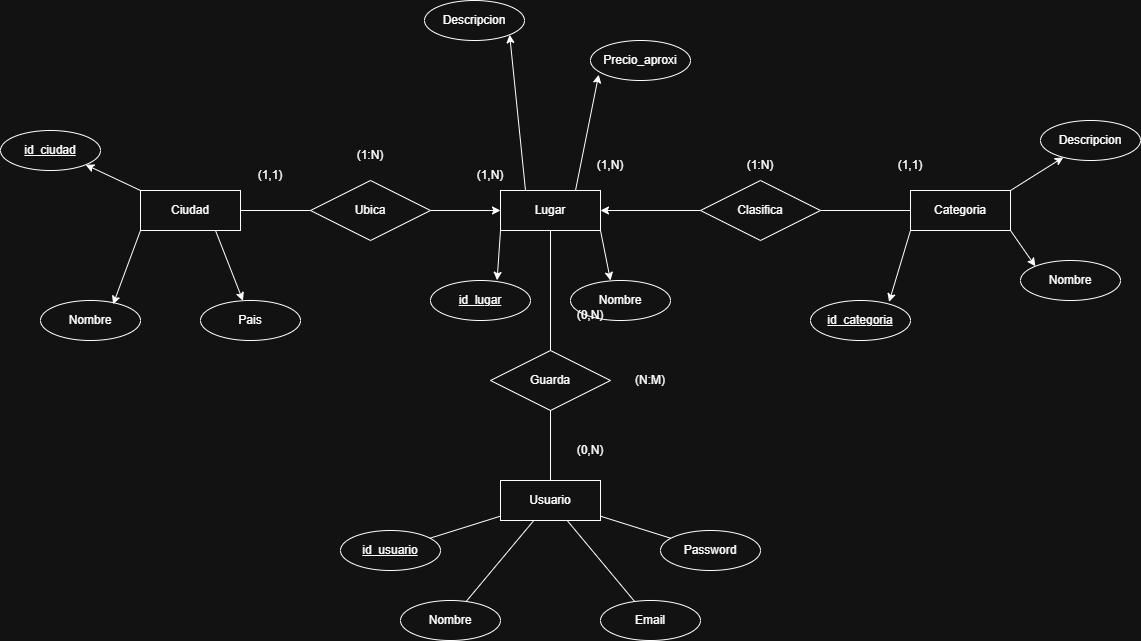
danilogar019-dotcom/erasmate-backend keeps this draw.io diagram as docs/er.png. Above is the earlier version. Source tidied: cells renumbered, new cells last; positions are measured from the earlier drawing's top-left corner, leaving out a move shared by most shapes. Its diagram source:
```xml
<mxGraphModel>
  <root>
    <mxCell id="0" />
    <mxCell id="1" parent="0" />
    <mxCell id="2" style="rounded=0;jettySize=auto;html=1;exitX=0.25;exitY=0;exitDx=0;exitDy=0;entryX=1;entryY=1;entryDx=0;entryDy=0;shape=wire;" parent="1" edge="1" source="3" target="31">
      <mxGeometry relative="1" as="geometry" />
    </mxCell>
    <mxCell id="3" value="Lugar" style="whiteSpace=wrap;html=1;align=center;" parent="1" vertex="1">
      <mxGeometry x="500" y="190" width="100" height="40" as="geometry" />
    </mxCell>
    <mxCell id="4" style="rounded=0;jettySize=auto;html=1;exitX=0;exitY=0.5;exitDx=0;exitDy=0;entryX=1;entryY=0.5;entryDx=0;entryDy=0;endArrow=none;endFill=0;shape=wire;" parent="1" edge="1" source="7" target="13">
      <mxGeometry relative="1" as="geometry" />
    </mxCell>
    <mxCell id="5" style="rounded=0;jettySize=auto;html=1;exitX=1;exitY=0;exitDx=0;exitDy=0;shape=wire;" parent="1" edge="1" source="7" target="27">
      <mxGeometry relative="1" as="geometry" />
    </mxCell>
    <mxCell id="6" style="rounded=0;jettySize=auto;html=1;exitX=1;exitY=1;exitDx=0;exitDy=0;entryX=0;entryY=0;entryDx=0;entryDy=0;shape=wire;" parent="1" edge="1" source="7" target="24">
      <mxGeometry relative="1" as="geometry" />
    </mxCell>
    <mxCell id="7" value="Categoria" style="whiteSpace=wrap;html=1;align=center;" parent="1" vertex="1">
      <mxGeometry x="910" y="190" width="100" height="40" as="geometry" />
    </mxCell>
    <mxCell id="8" style="rounded=0;jettySize=auto;html=1;exitX=1;exitY=0.5;exitDx=0;exitDy=0;endArrow=none;endFill=0;shape=wire;" parent="1" edge="1" source="11" target="15">
      <mxGeometry relative="1" as="geometry" />
    </mxCell>
    <mxCell id="9" style="rounded=0;jettySize=auto;html=1;exitX=0;exitY=0;exitDx=0;exitDy=0;entryX=1;entryY=1;entryDx=0;entryDy=0;shape=wire;" parent="1" edge="1" source="11" target="25">
      <mxGeometry relative="1" as="geometry" />
    </mxCell>
    <mxCell id="10" style="rounded=0;jettySize=auto;html=1;exitX=0.75;exitY=1;exitDx=0;exitDy=0;shape=wire;" parent="1" edge="1" source="11" target="22">
      <mxGeometry relative="1" as="geometry" />
    </mxCell>
    <mxCell id="11" value="Ciudad" style="whiteSpace=wrap;html=1;align=center;" parent="1" vertex="1">
      <mxGeometry x="140" y="190" width="100" height="40" as="geometry" />
    </mxCell>
    <mxCell id="12" style="rounded=0;jettySize=auto;html=1;exitX=0;exitY=0.5;exitDx=0;exitDy=0;entryX=1;entryY=0.5;entryDx=0;entryDy=0;shape=wire;" parent="1" edge="1" source="13" target="3">
      <mxGeometry relative="1" as="geometry" />
    </mxCell>
    <mxCell id="13" value="Clasifica" style="shape=rhombus;perimeter=rhombusPerimeter;whiteSpace=wrap;html=1;align=center;" parent="1" vertex="1">
      <mxGeometry x="700" y="180" width="120" height="60" as="geometry" />
    </mxCell>
    <mxCell id="14" style="rounded=0;jettySize=auto;html=1;exitX=1;exitY=0.5;exitDx=0;exitDy=0;entryX=0;entryY=0.5;entryDx=0;entryDy=0;shape=wire;" parent="1" edge="1" source="15" target="3">
      <mxGeometry relative="1" as="geometry" />
    </mxCell>
    <mxCell id="15" value="Ubica" style="shape=rhombus;perimeter=rhombusPerimeter;whiteSpace=wrap;html=1;align=center;" parent="1" vertex="1">
      <mxGeometry x="310" y="180" width="120" height="60" as="geometry" />
    </mxCell>
    <mxCell id="16" value="(1,1)" style="text;html=1;whiteSpace=wrap;strokeColor=none;fillColor=none;align=center;verticalAlign=middle;rounded=0;" parent="1" vertex="1">
      <mxGeometry x="240" y="160" width="60" height="30" as="geometry" />
    </mxCell>
    <mxCell id="17" value="(1,N)" style="text;html=1;whiteSpace=wrap;strokeColor=none;fillColor=none;align=center;verticalAlign=middle;rounded=0;" parent="1" vertex="1">
      <mxGeometry x="460" y="160" width="60" height="30" as="geometry" />
    </mxCell>
    <mxCell id="18" value="(1:N)" style="text;html=1;whiteSpace=wrap;strokeColor=none;fillColor=none;align=center;verticalAlign=middle;rounded=0;" parent="1" vertex="1">
      <mxGeometry x="340" y="140" width="60" height="30" as="geometry" />
    </mxCell>
    <mxCell id="19" value="(1,1)" style="text;html=1;whiteSpace=wrap;strokeColor=none;fillColor=none;align=center;verticalAlign=middle;rounded=0;" parent="1" vertex="1">
      <mxGeometry x="880" y="150" width="60" height="30" as="geometry" />
    </mxCell>
    <mxCell id="20" value="(1,N)" style="text;html=1;whiteSpace=wrap;strokeColor=none;fillColor=none;align=center;verticalAlign=middle;rounded=0;" parent="1" vertex="1">
      <mxGeometry x="580" y="150" width="60" height="30" as="geometry" />
    </mxCell>
    <mxCell id="21" value="(1:N)" style="text;html=1;whiteSpace=wrap;strokeColor=none;fillColor=none;align=center;verticalAlign=middle;rounded=0;" parent="1" vertex="1">
      <mxGeometry x="730" y="150" width="60" height="30" as="geometry" />
    </mxCell>
    <mxCell id="22" value="Pais" style="ellipse;whiteSpace=wrap;html=1;align=center;" parent="1" vertex="1">
      <mxGeometry x="200" y="300" width="100" height="40" as="geometry" />
    </mxCell>
    <mxCell id="23" value="Nombre" style="ellipse;whiteSpace=wrap;html=1;align=center;" parent="1" vertex="1">
      <mxGeometry x="40" y="300" width="100" height="40" as="geometry" />
    </mxCell>
    <mxCell id="24" value="Nombre" style="ellipse;whiteSpace=wrap;html=1;align=center;" parent="1" vertex="1">
      <mxGeometry x="1020" y="260" width="100" height="40" as="geometry" />
    </mxCell>
    <mxCell id="25" value="id_ciudad" style="ellipse;whiteSpace=wrap;html=1;align=center;fontStyle=4;" parent="1" vertex="1">
      <mxGeometry y="130" width="100" height="40" as="geometry" />
    </mxCell>
    <mxCell id="26" style="rounded=0;jettySize=auto;html=1;exitX=0;exitY=1;exitDx=0;exitDy=0;entryX=0.726;entryY=0.095;entryDx=0;entryDy=0;entryPerimeter=0;shape=wire;" parent="1" edge="1" source="11" target="23">
      <mxGeometry relative="1" as="geometry" />
    </mxCell>
    <mxCell id="27" value="Descripcion" style="ellipse;whiteSpace=wrap;html=1;align=center;" parent="1" vertex="1">
      <mxGeometry x="1040" y="120" width="100" height="40" as="geometry" />
    </mxCell>
    <mxCell id="28" value="id_categoria" style="ellipse;whiteSpace=wrap;html=1;align=center;fontStyle=4;" parent="1" vertex="1">
      <mxGeometry x="810" y="300" width="100" height="40" as="geometry" />
    </mxCell>
    <mxCell id="29" style="rounded=0;jettySize=auto;html=1;exitX=0;exitY=1;exitDx=0;exitDy=0;entryX=0.786;entryY=0.035;entryDx=0;entryDy=0;entryPerimeter=0;shape=wire;" parent="1" edge="1" source="7" target="28">
      <mxGeometry relative="1" as="geometry" />
    </mxCell>
    <mxCell id="30" value="id_lugar" style="ellipse;whiteSpace=wrap;html=1;align=center;fontStyle=4;" parent="1" vertex="1">
      <mxGeometry x="430" y="280" width="100" height="40" as="geometry" />
    </mxCell>
    <mxCell id="31" value="Descripcion" style="ellipse;whiteSpace=wrap;html=1;align=center;" parent="1" vertex="1">
      <mxGeometry x="424" width="100" height="40" as="geometry" />
    </mxCell>
    <mxCell id="32" value="Nombre" style="ellipse;whiteSpace=wrap;html=1;align=center;" parent="1" vertex="1">
      <mxGeometry x="570" y="280" width="100" height="40" as="geometry" />
    </mxCell>
    <mxCell id="33" value="Precio_aproxi" style="ellipse;whiteSpace=wrap;html=1;align=center;" parent="1" vertex="1">
      <mxGeometry x="590" y="40" width="100" height="40" as="geometry" />
    </mxCell>
    <mxCell id="34" style="rounded=0;jettySize=auto;html=1;exitX=0;exitY=1;exitDx=0;exitDy=0;entryX=0.666;entryY=-0.005;entryDx=0;entryDy=0;entryPerimeter=0;shape=wire;" parent="1" edge="1" source="3" target="30">
      <mxGeometry relative="1" as="geometry" />
    </mxCell>
    <mxCell id="35" style="rounded=0;jettySize=auto;html=1;exitX=1;exitY=1;exitDx=0;exitDy=0;entryX=0.4;entryY=0;entryDx=0;entryDy=0;entryPerimeter=0;shape=wire;" parent="1" edge="1" source="3" target="32">
      <mxGeometry relative="1" as="geometry" />
    </mxCell>
    <mxCell id="36" style="rounded=0;jettySize=auto;html=1;exitX=0.75;exitY=0;exitDx=0;exitDy=0;entryX=0.082;entryY=0.855;entryDx=0;entryDy=0;entryPerimeter=0;shape=wire;" parent="1" edge="1" source="3" target="33">
      <mxGeometry relative="1" as="geometry" />
    </mxCell>
    <mxCell id="37" value="Guarda" style="shape=rhombus;perimeter=rhombusPerimeter;whiteSpace=wrap;html=1;align=center;" parent="1" vertex="1">
      <mxGeometry x="490" y="350" width="120" height="60" as="geometry" />
    </mxCell>
    <mxCell id="38" value="Usuario" style="whiteSpace=wrap;html=1;align=center;" parent="1" vertex="1">
      <mxGeometry x="500" y="480" width="100" height="40" as="geometry" />
    </mxCell>
    <mxCell id="39" style="rounded=0;html=1;endArrow=none;endFill=0;shape=wire;" parent="1" edge="1" source="3" target="37">
      <mxGeometry relative="1" as="geometry" />
    </mxCell>
    <mxCell id="40" style="rounded=0;html=1;endArrow=none;endFill=0;shape=wire;" parent="1" edge="1" source="37" target="38">
      <mxGeometry relative="1" as="geometry" />
    </mxCell>
    <mxCell id="41" value="id_usuario" style="ellipse;whiteSpace=wrap;html=1;align=center;fontStyle=4;" parent="1" vertex="1">
      <mxGeometry x="340" y="530" width="100" height="40" as="geometry" />
    </mxCell>
    <mxCell id="42" style="rounded=0;html=1;endArrow=none;endFill=0;shape=wire;" parent="1" edge="1" source="38" target="41">
      <mxGeometry relative="1" as="geometry" />
    </mxCell>
    <mxCell id="43" value="Nombre" style="ellipse;whiteSpace=wrap;html=1;align=center;" parent="1" vertex="1">
      <mxGeometry x="400" y="600" width="100" height="40" as="geometry" />
    </mxCell>
    <mxCell id="44" style="rounded=0;html=1;endArrow=none;endFill=0;shape=wire;" parent="1" edge="1" source="38" target="43">
      <mxGeometry relative="1" as="geometry" />
    </mxCell>
    <mxCell id="45" value="Email" style="ellipse;whiteSpace=wrap;html=1;align=center;" parent="1" vertex="1">
      <mxGeometry x="600" y="600" width="100" height="40" as="geometry" />
    </mxCell>
    <mxCell id="46" style="rounded=0;html=1;endArrow=none;endFill=0;shape=wire;" parent="1" edge="1" source="38" target="45">
      <mxGeometry relative="1" as="geometry" />
    </mxCell>
    <mxCell id="47" value="Password" style="ellipse;whiteSpace=wrap;html=1;align=center;" parent="1" vertex="1">
      <mxGeometry x="660" y="530" width="100" height="40" as="geometry" />
    </mxCell>
    <mxCell id="48" style="rounded=0;html=1;endArrow=none;endFill=0;shape=wire;" parent="1" edge="1" source="38" target="47">
      <mxGeometry relative="1" as="geometry" />
    </mxCell>
    <mxCell id="49" value="(0,N)" style="text;html=1;whiteSpace=wrap;strokeColor=none;fillColor=none;align=center;verticalAlign=middle;rounded=0;" parent="1" vertex="1">
      <mxGeometry x="560" y="300" width="60" height="30" as="geometry" />
    </mxCell>
    <mxCell id="50" value="(0,N)" style="text;html=1;whiteSpace=wrap;strokeColor=none;fillColor=none;align=center;verticalAlign=middle;rounded=0;" parent="1" vertex="1">
      <mxGeometry x="560" y="435" width="60" height="30" as="geometry" />
    </mxCell>
    <mxCell id="51" value="(N:M)" style="text;html=1;whiteSpace=wrap;strokeColor=none;fillColor=none;align=center;verticalAlign=middle;rounded=0;" parent="1" vertex="1">
      <mxGeometry x="620" y="365" width="60" height="30" as="geometry" />
    </mxCell>
  </root>
</mxGraphModel>
```
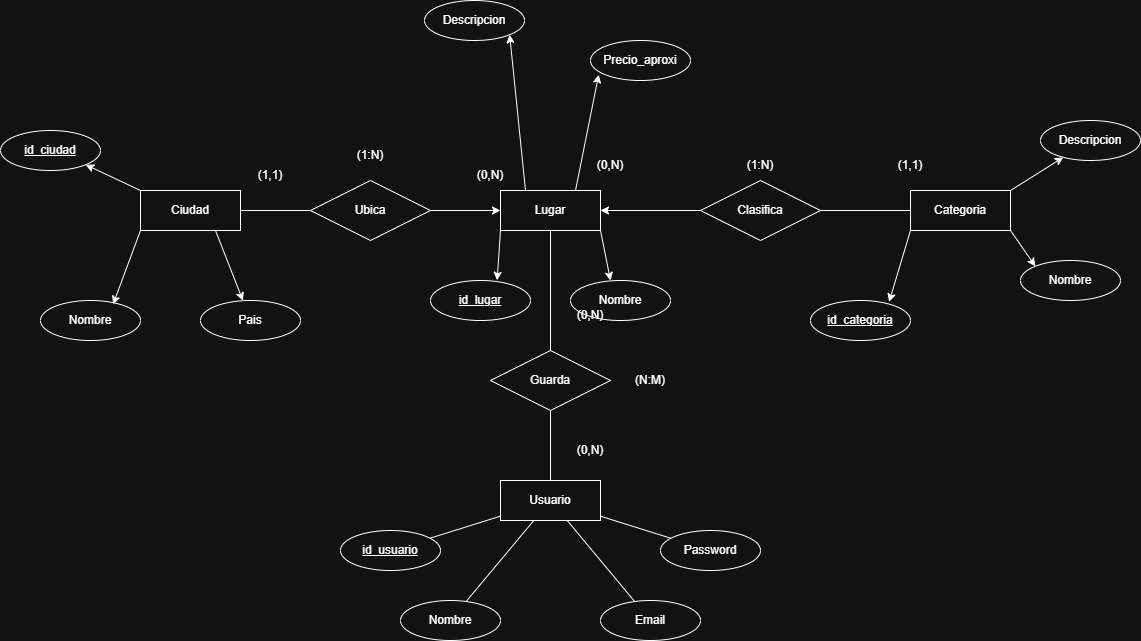
The same file after the commit.

Change to the diagram source:
```diff
@@ -47,7 +47,7 @@
     <mxCell id="16" value="(1,1)" style="text;html=1;whiteSpace=wrap;strokeColor=none;fillColor=none;align=center;verticalAlign=middle;rounded=0;" parent="1" vertex="1">
       <mxGeometry x="240" y="160" width="60" height="30" as="geometry" />
     </mxCell>
-    <mxCell id="17" value="(1,N)" style="text;html=1;whiteSpace=wrap;strokeColor=none;fillColor=none;align=center;verticalAlign=middle;rounded=0;" parent="1" vertex="1">
+    <mxCell id="17" value="(0,N)" style="text;html=1;whiteSpace=wrap;strokeColor=none;fillColor=none;align=center;verticalAlign=middle;rounded=0;" parent="1" vertex="1">
       <mxGeometry x="460" y="160" width="60" height="30" as="geometry" />
     </mxCell>
     <mxCell id="18" value="(1:N)" style="text;html=1;whiteSpace=wrap;strokeColor=none;fillColor=none;align=center;verticalAlign=middle;rounded=0;" parent="1" vertex="1">
@@ -56,7 +56,7 @@
     <mxCell id="19" value="(1,1)" style="text;html=1;whiteSpace=wrap;strokeColor=none;fillColor=none;align=center;verticalAlign=middle;rounded=0;" parent="1" vertex="1">
       <mxGeometry x="880" y="150" width="60" height="30" as="geometry" />
     </mxCell>
-    <mxCell id="20" value="(1,N)" style="text;html=1;whiteSpace=wrap;strokeColor=none;fillColor=none;align=center;verticalAlign=middle;rounded=0;" parent="1" vertex="1">
+    <mxCell id="20" value="(0,N)" style="text;html=1;whiteSpace=wrap;strokeColor=none;fillColor=none;align=center;verticalAlign=middle;rounded=0;" parent="1" vertex="1">
       <mxGeometry x="580" y="150" width="60" height="30" as="geometry" />
     </mxCell>
     <mxCell id="21" value="(1:N)" style="text;html=1;whiteSpace=wrap;strokeColor=none;fillColor=none;align=center;verticalAlign=middle;rounded=0;" parent="1" vertex="1">
```
